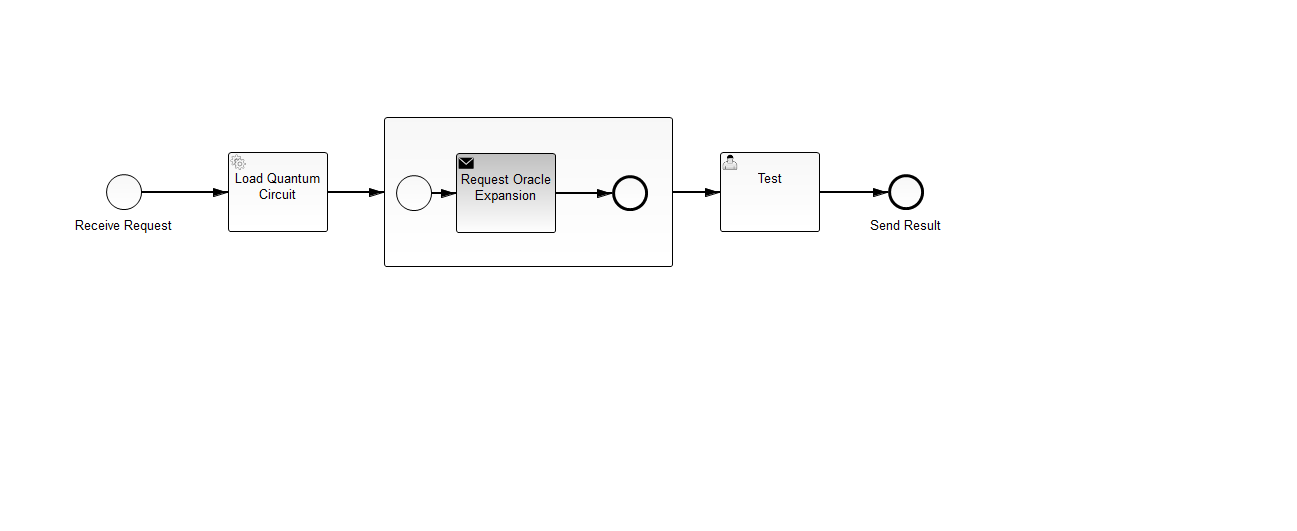
UST-QuAntiL/QuantME-UseCases keeps this BPMN diagram as process-model/src/main/resources/simons-algorithm.png. Above is the earlier version. Its source is kept beside it as process-model/src/main/resources/simons-algorithm.bpmn. Ids are renumbered.
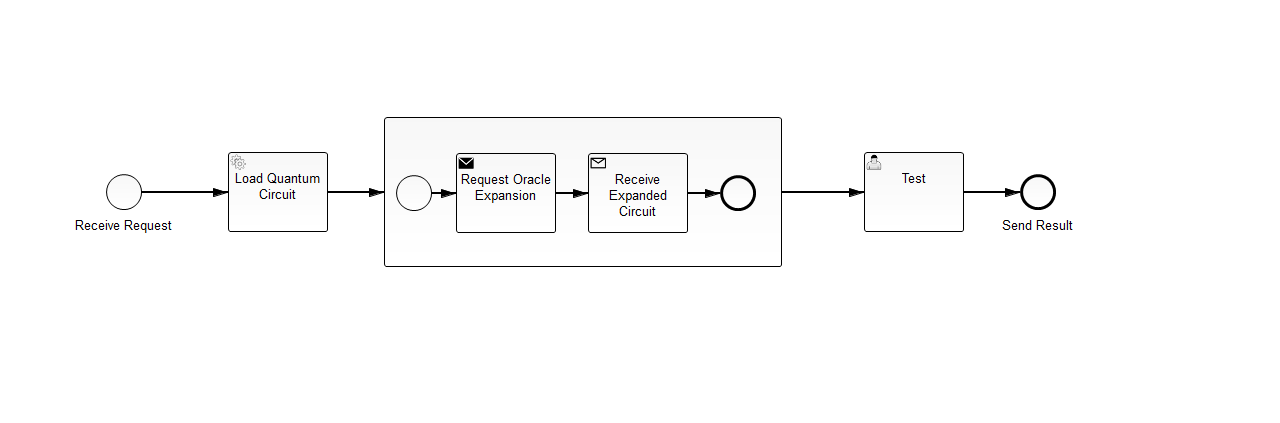
After the change.

Commit message:
Add base circuit template for Simon's algorithm

The edit, as a diff of the source:
```diff
@@ -3,7 +3,7 @@
     <bpmn2:serviceTask id="ServiceTask_1" camunda:class="org.quantil.quantme.simon.tasks.LoadQuantumCircuitDelegate" name="Load Quantum&#xD;&#xA;Circuit">
       <bpmn2:extensionElements>
         <camunda:inputOutput>
-          <camunda:inputParameter name="URL">http://raw.githubusercontent.com/UST-QuAntiL/QuantME-UseCase/master/README.md</camunda:inputParameter>
+          <camunda:inputParameter name="URL">https://raw.githubusercontent.com/UST-QuAntiL/QuantME-UseCase/master/README.md</camunda:inputParameter>
           <camunda:outputParameter name="ServiceTask_1_CircuitId">${CircuitId}</camunda:outputParameter>
           <camunda:outputParameter name="ServiceTask_1_QuantumCircuit">${QuantumCircuit}</camunda:outputParameter>
           <camunda:outputParameter name="ServiceTask_1_ProgrammingLanguage">${ProgrammingLanguage}</camunda:outputParameter>
@@ -18,14 +18,6 @@
       <bpmn2:outgoing>SequenceFlow_1</bpmn2:outgoing>
     </bpmn2:startEvent>
     <bpmn2:sequenceFlow id="SequenceFlow_1" name="" sourceRef="StartEvent_1" targetRef="ServiceTask_1"/>
-    <bpmn2:endEvent id="EndEvent_1" name="Send Result">
-      <bpmn2:incoming>SequenceFlow_2</bpmn2:incoming>
-    </bpmn2:endEvent>
-    <bpmn2:userTask id="UserTask_1" camunda:assignee="TestUser" name="Test">
-      <bpmn2:incoming>SequenceFlow_4</bpmn2:incoming>
-      <bpmn2:outgoing>SequenceFlow_2</bpmn2:outgoing>
-    </bpmn2:userTask>
-    <bpmn2:sequenceFlow id="SequenceFlow_2" name="" sourceRef="UserTask_1" targetRef="EndEvent_1"/>
     <bpmn2:subProcess id="SubProcess_1">
       <bpmn2:extensionElements>
         <camunda:inputOutput>
@@ -47,12 +39,25 @@
         <bpmn2:outgoing>SequenceFlow_6</bpmn2:outgoing>
       </bpmn2:sendTask>
       <bpmn2:sequenceFlow id="SequenceFlow_5" name="" sourceRef="StartEvent_2" targetRef="SendTask_1"/>
+      <bpmn2:sequenceFlow id="SequenceFlow_6" name="" sourceRef="SendTask_1" targetRef="ReceiveTask_1"/>
       <bpmn2:endEvent id="EndEvent_2">
+        <bpmn2:incoming>SequenceFlow_7</bpmn2:incoming>
+      </bpmn2:endEvent>
+      <bpmn2:receiveTask id="ReceiveTask_1" name="Receive Expanded&#xD;&#xA;Circuit">
         <bpmn2:incoming>SequenceFlow_6</bpmn2:incoming>
-      </bpmn2:endEvent>
-      <bpmn2:sequenceFlow id="SequenceFlow_6" name="" sourceRef="SendTask_1" targetRef="EndEvent_2"/>
+        <bpmn2:outgoing>SequenceFlow_7</bpmn2:outgoing>
+      </bpmn2:receiveTask>
+      <bpmn2:sequenceFlow id="SequenceFlow_7" name="" sourceRef="ReceiveTask_1" targetRef="EndEvent_2"/>
     </bpmn2:subProcess>
     <bpmn2:sequenceFlow id="SequenceFlow_4" name="" sourceRef="SubProcess_1" targetRef="UserTask_1"/>
+    <bpmn2:endEvent id="EndEvent_1" name="Send Result">
+      <bpmn2:incoming>SequenceFlow_2</bpmn2:incoming>
+    </bpmn2:endEvent>
+    <bpmn2:userTask id="UserTask_1" camunda:assignee="TestUser" name="Test">
+      <bpmn2:incoming>SequenceFlow_4</bpmn2:incoming>
+      <bpmn2:outgoing>SequenceFlow_2</bpmn2:outgoing>
+    </bpmn2:userTask>
+    <bpmn2:sequenceFlow id="SequenceFlow_2" name="" sourceRef="UserTask_1" targetRef="EndEvent_1"/>
   </bpmn2:process>
   <bpmndi:BPMNDiagram id="BPMNDiagram_1">
     <bpmndi:BPMNPlane id="BPMNPlane_1" bpmnElement="simons-algorithm">
@@ -63,12 +68,12 @@
         </bpmndi:BPMNLabel>
       </bpmndi:BPMNShape>
       <bpmndi:BPMNShape id="_BPMNShape_UserTask_2" bpmnElement="UserTask_1">
-        <dc:Bounds height="80.0" width="100.0" x="720.0" y="152.0"/>
+        <dc:Bounds height="80.0" width="100.0" x="864.0" y="152.0"/>
       </bpmndi:BPMNShape>
       <bpmndi:BPMNShape id="_BPMNShape_EndEvent_2" bpmnElement="EndEvent_1">
-        <dc:Bounds height="36.0" width="36.0" x="888.0" y="174.0"/>
+        <dc:Bounds height="36.0" width="36.0" x="1020.0" y="174.0"/>
         <bpmndi:BPMNLabel>
-          <dc:Bounds height="22.0" width="77.0" x="868.0" y="215.0"/>
+          <dc:Bounds height="22.0" width="77.0" x="1000.0" y="215.0"/>
         </bpmndi:BPMNLabel>
       </bpmndi:BPMNShape>
       <bpmndi:BPMNEdge id="BPMNEdge_SequenceFlow_1" bpmnElement="SequenceFlow_1" sourceElement="_BPMNShape_StartEvent_2" targetElement="_BPMNShape_ServiceTask_2">
@@ -79,10 +84,10 @@
         </bpmndi:BPMNLabel>
       </bpmndi:BPMNEdge>
       <bpmndi:BPMNEdge id="BPMNEdge_SequenceFlow_2" bpmnElement="SequenceFlow_2" sourceElement="_BPMNShape_UserTask_2" targetElement="_BPMNShape_EndEvent_2">
-        <di:waypoint xsi:type="dc:Point" x="820.0" y="192.0"/>
-        <di:waypoint xsi:type="dc:Point" x="888.0" y="192.0"/>
+        <di:waypoint xsi:type="dc:Point" x="964.0" y="192.0"/>
+        <di:waypoint xsi:type="dc:Point" x="1020.0" y="192.0"/>
         <bpmndi:BPMNLabel>
-          <dc:Bounds height="6.0" width="6.0" x="846.0" y="192.0"/>
+          <dc:Bounds height="6.0" width="6.0" x="990.0" y="192.0"/>
         </bpmndi:BPMNLabel>
       </bpmndi:BPMNEdge>
       <bpmndi:BPMNShape id="_BPMNShape_ServiceTask_2" bpmnElement="ServiceTask_1">
@@ -96,13 +101,13 @@
         </bpmndi:BPMNLabel>
       </bpmndi:BPMNEdge>
       <bpmndi:BPMNShape id="_BPMNShape_SubProcess_2" bpmnElement="SubProcess_1" isExpanded="true">
-        <dc:Bounds height="150.0" width="289.0" x="384.0" y="117.0"/>
+        <dc:Bounds height="150.0" width="398.0" x="384.0" y="117.0"/>
       </bpmndi:BPMNShape>
       <bpmndi:BPMNEdge id="BPMNEdge_SequenceFlow_4" bpmnElement="SequenceFlow_4" sourceElement="_BPMNShape_SubProcess_2" targetElement="_BPMNShape_UserTask_2">
-        <di:waypoint xsi:type="dc:Point" x="672.0" y="192.0"/>
-        <di:waypoint xsi:type="dc:Point" x="720.0" y="192.0"/>
+        <di:waypoint xsi:type="dc:Point" x="782.0" y="192.0"/>
+        <di:waypoint xsi:type="dc:Point" x="864.0" y="192.0"/>
         <bpmndi:BPMNLabel>
-          <dc:Bounds height="6.0" width="6.0" x="693.0" y="192.0"/>
+          <dc:Bounds height="6.0" width="6.0" x="803.0" y="192.0"/>
         </bpmndi:BPMNLabel>
       </bpmndi:BPMNEdge>
       <bpmndi:BPMNShape id="_BPMNShape_StartEvent_3" bpmnElement="StartEvent_2">
@@ -122,14 +127,27 @@
         </bpmndi:BPMNLabel>
       </bpmndi:BPMNEdge>
       <bpmndi:BPMNShape id="_BPMNShape_EndEvent_3" bpmnElement="EndEvent_2">
-        <dc:Bounds height="36.0" width="36.0" x="612.0" y="175.0"/>
+        <dc:Bounds height="36.0" width="36.0" x="720.0" y="175.0"/>
         <bpmndi:BPMNLabel>
-          <dc:Bounds height="0.0" width="0.0" x="630.0" y="216.0"/>
+          <dc:Bounds height="0.0" width="0.0" x="738.0" y="216.0"/>
         </bpmndi:BPMNLabel>
       </bpmndi:BPMNShape>
-      <bpmndi:BPMNEdge id="BPMNEdge_SequenceFlow_6" bpmnElement="SequenceFlow_6" sourceElement="_BPMNShape_SendTask_2" targetElement="_BPMNShape_EndEvent_3">
+      <bpmndi:BPMNEdge id="BPMNEdge_SequenceFlow_6" bpmnElement="SequenceFlow_6" sourceElement="_BPMNShape_SendTask_2" targetElement="_BPMNShape_ReceiveTask_2">
         <di:waypoint xsi:type="dc:Point" x="556.0" y="193.0"/>
-        <di:waypoint xsi:type="dc:Point" x="612.0" y="193.0"/>
+        <di:waypoint xsi:type="dc:Point" x="588.0" y="193.0"/>
+        <bpmndi:BPMNLabel>
+          <dc:Bounds height="6.0" width="6.0" x="566.0" y="193.0"/>
+        </bpmndi:BPMNLabel>
+      </bpmndi:BPMNEdge>
+      <bpmndi:BPMNShape id="_BPMNShape_ReceiveTask_2" bpmnElement="ReceiveTask_1">
+        <dc:Bounds height="80.0" width="100.0" x="588.0" y="153.0"/>
+      </bpmndi:BPMNShape>
+      <bpmndi:BPMNEdge id="BPMNEdge_SequenceFlow_7" bpmnElement="SequenceFlow_7" sourceElement="_BPMNShape_ReceiveTask_2" targetElement="_BPMNShape_EndEvent_3">
+        <di:waypoint xsi:type="dc:Point" x="688.0" y="193.0"/>
+        <di:waypoint xsi:type="dc:Point" x="720.0" y="193.0"/>
+        <bpmndi:BPMNLabel>
+          <dc:Bounds height="6.0" width="6.0" x="704.0" y="193.0"/>
+        </bpmndi:BPMNLabel>
       </bpmndi:BPMNEdge>
     </bpmndi:BPMNPlane>
   </bpmndi:BPMNDiagram>
```
